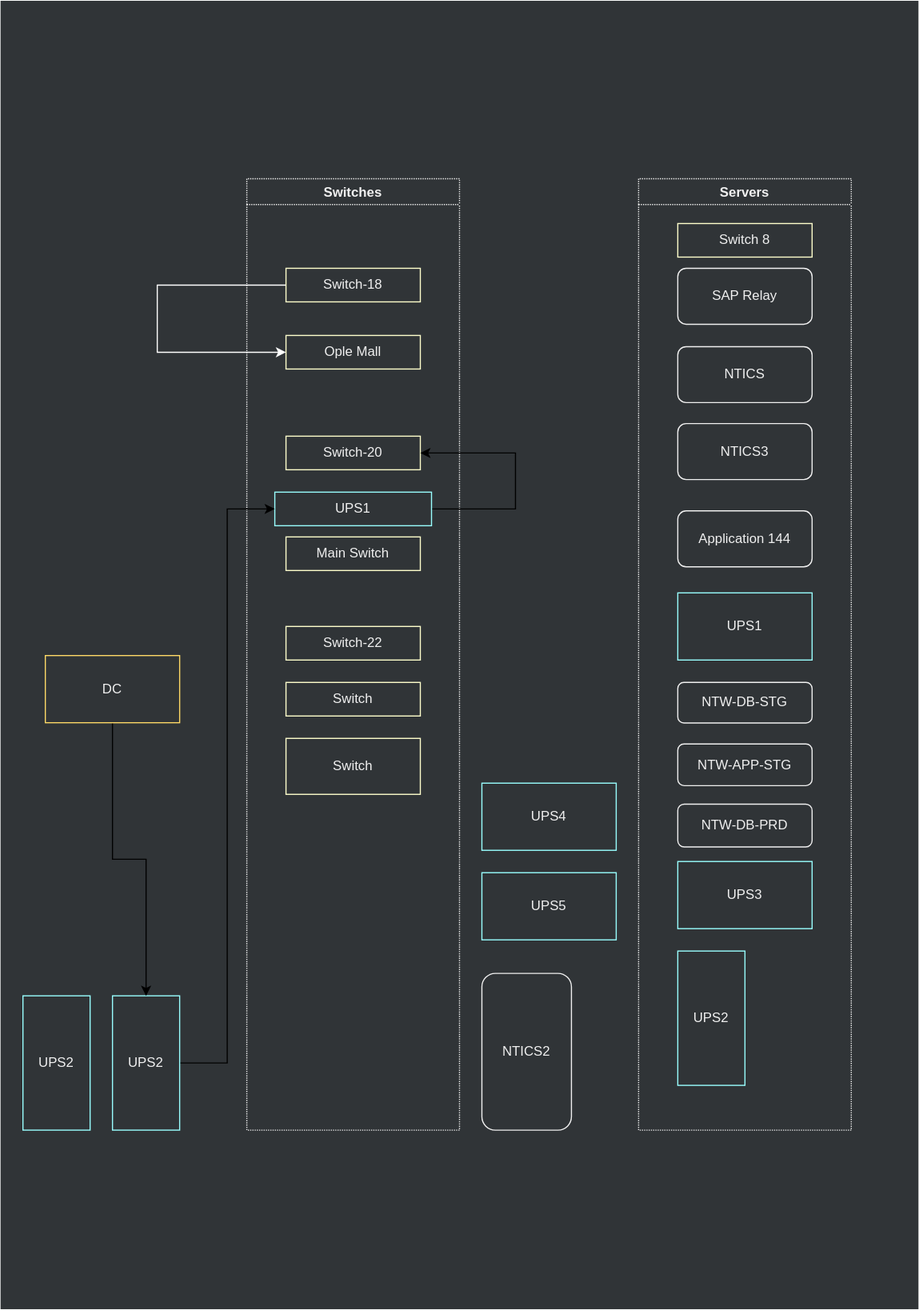
jiholee-ntwglobal/jiholee-ntwglobal.github.io keeps this draw.io diagram as assets/.draw.io/references/cypress-lan-structure-diagram.svg. Above is the earlier version. Source tidied: cells renumbered, new cells last; positions are measured from the earlier drawing's top-left corner, leaving out a move shared by most shapes.
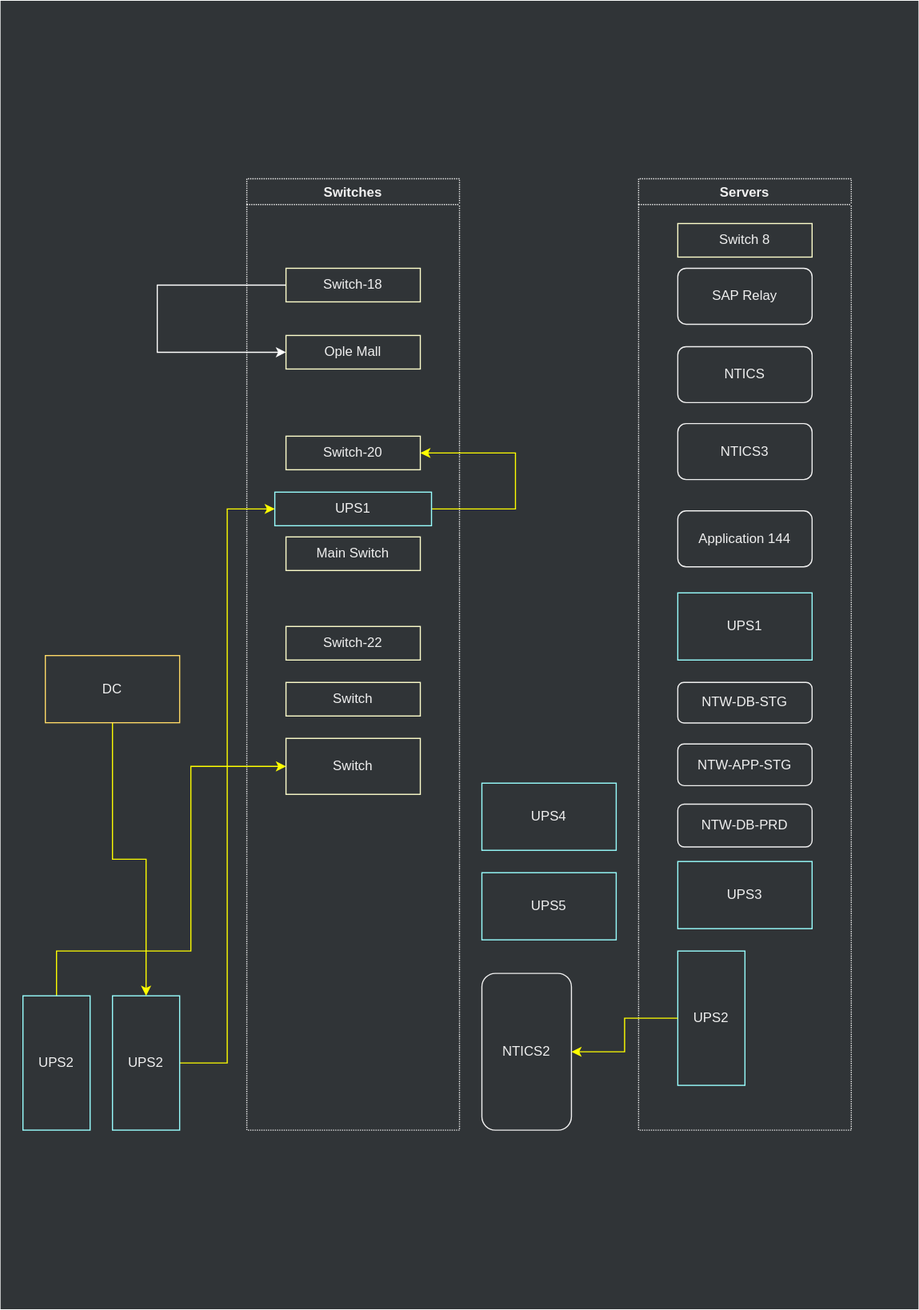
Later version of the same file.

The edit, as a diff of the source:
```diff
@@ -37,7 +37,7 @@
     <mxCell id="11" value="Switch" style="rounded=0;whiteSpace=wrap;html=1;fillColor=none;fontColor=#F0F0F0;strokeColor=#FFFFCC;" parent="3" vertex="1">
       <mxGeometry x="35" y="500" width="120" height="50" as="geometry" />
     </mxCell>
-    <mxCell id="12" style="edgeStyle=orthogonalEdgeStyle;rounded=0;jettySize=auto;html=1;entryX=1;entryY=0.5;entryDx=0;entryDy=0;" parent="3" edge="1" source="13" target="7">
+    <mxCell id="12" style="edgeStyle=orthogonalEdgeStyle;rounded=0;jettySize=auto;html=1;entryX=1;entryY=0.5;entryDx=0;entryDy=0;strokeColor=#FFFF00;" parent="3" edge="1" source="13" target="7">
       <mxGeometry relative="1" as="geometry">
         <Array as="points">
           <mxPoint x="240" y="295" />
@@ -93,20 +93,32 @@
     <mxCell id="28" value="UPS5" style="rounded=0;whiteSpace=wrap;html=1;fillColor=none;fontColor=#F0F0F0;strokeColor=#99FFFF;" parent="1" vertex="1">
       <mxGeometry x="430" y="779" width="120" height="60" as="geometry" />
     </mxCell>
+    <mxCell id="34" style="edgeStyle=orthogonalEdgeStyle;rounded=0;jettySize=auto;html=1;entryX=0;entryY=0.5;entryDx=0;entryDy=0;strokeColor=#FFFF00;" parent="1" edge="1" source="29" target="11">
+      <mxGeometry relative="1" as="geometry">
+        <Array as="points">
+          <mxPoint x="50" y="849" />
+          <mxPoint x="170" y="849" />
+          <mxPoint x="170" y="684" />
+        </Array>
+      </mxGeometry>
+    </mxCell>
     <mxCell id="29" value="UPS2" style="rounded=0;whiteSpace=wrap;html=1;fillColor=none;fontColor=#F0F0F0;strokeColor=#99FFFF;" parent="1" vertex="1">
       <mxGeometry x="20" y="889" width="60" height="120" as="geometry" />
     </mxCell>
-    <mxCell id="30" style="edgeStyle=orthogonalEdgeStyle;rounded=0;jettySize=auto;html=1;entryX=0;entryY=0.5;entryDx=0;entryDy=0;" parent="1" edge="1" source="31" target="13">
+    <mxCell id="30" style="edgeStyle=orthogonalEdgeStyle;rounded=0;jettySize=auto;html=1;entryX=0;entryY=0.5;entryDx=0;entryDy=0;strokeColor=#FFFF00;" parent="1" edge="1" source="31" target="13">
       <mxGeometry relative="1" as="geometry" />
     </mxCell>
     <mxCell id="31" value="UPS2" style="rounded=0;whiteSpace=wrap;html=1;fillColor=none;fontColor=#F0F0F0;strokeColor=#99FFFF;" parent="1" vertex="1">
       <mxGeometry x="100" y="889" width="60" height="120" as="geometry" />
     </mxCell>
-    <mxCell id="32" style="edgeStyle=orthogonalEdgeStyle;rounded=0;jettySize=auto;html=1;" parent="1" edge="1" source="33" target="31">
+    <mxCell id="32" style="edgeStyle=orthogonalEdgeStyle;rounded=0;jettySize=auto;html=1;strokeColor=#FFFF00;" parent="1" edge="1" source="33" target="31">
       <mxGeometry relative="1" as="geometry" />
     </mxCell>
     <mxCell id="33" value="DC" style="rounded=0;whiteSpace=wrap;html=1;fillColor=none;fontColor=#F0F0F0;strokeColor=#FFD966;" parent="1" vertex="1">
       <mxGeometry x="40" y="585" width="120" height="60" as="geometry" />
     </mxCell>
+    <mxCell id="35" style="edgeStyle=orthogonalEdgeStyle;rounded=0;jettySize=auto;html=1;entryX=1;entryY=0.5;entryDx=0;entryDy=0;strokeColor=#FFFF00;" parent="1" edge="1" source="25" target="26">
+      <mxGeometry relative="1" as="geometry" />
+    </mxCell>
   </root>
 </mxGraphModel>
```
